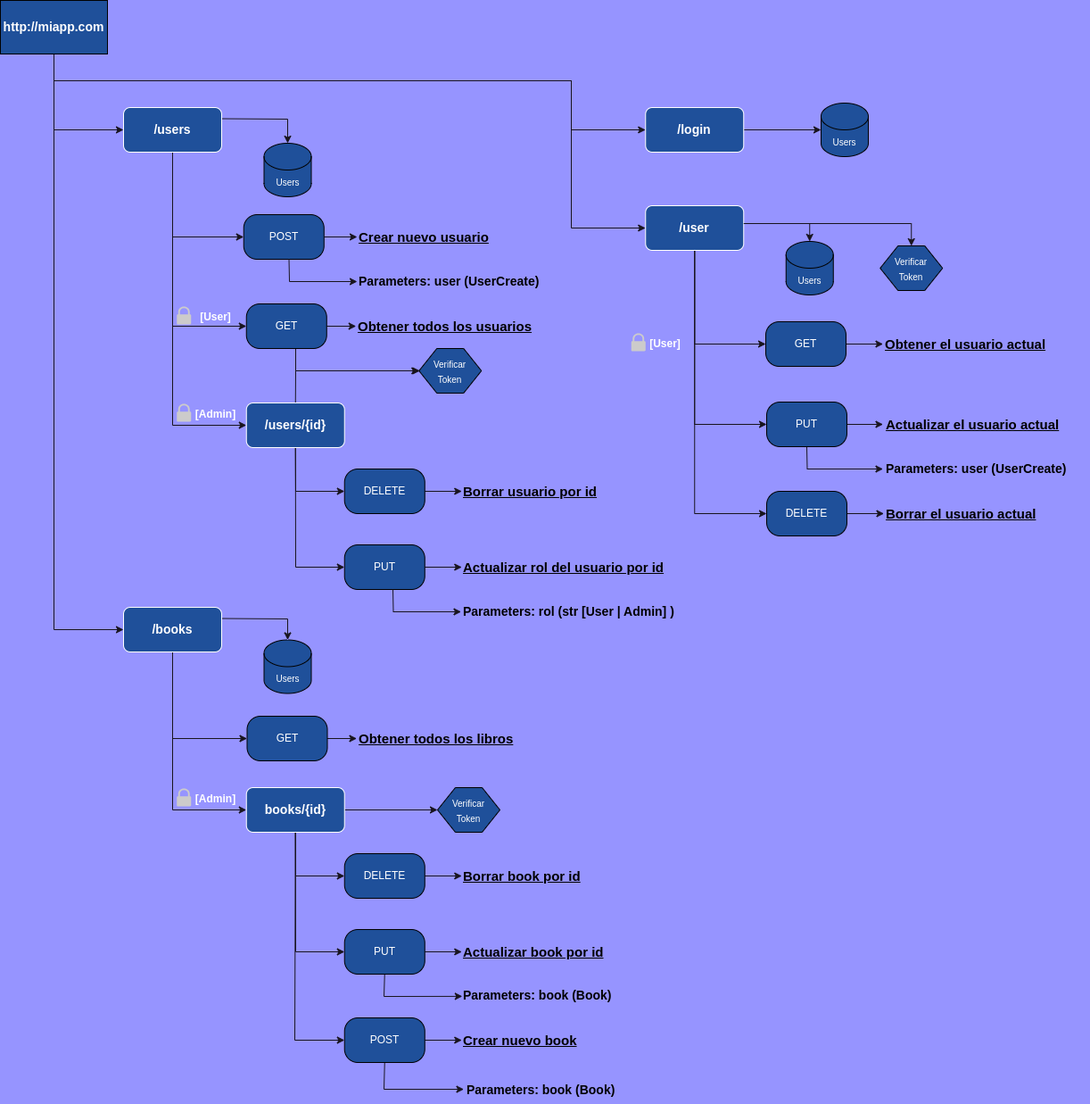
Earlier version of the draw.io export app/diagram.drawio.png (Jav-mol/api_users). Source tidied: cells renumbered, new cells last; positions are measured from the earlier drawing's top-left corner, leaving out a move shared by most shapes.
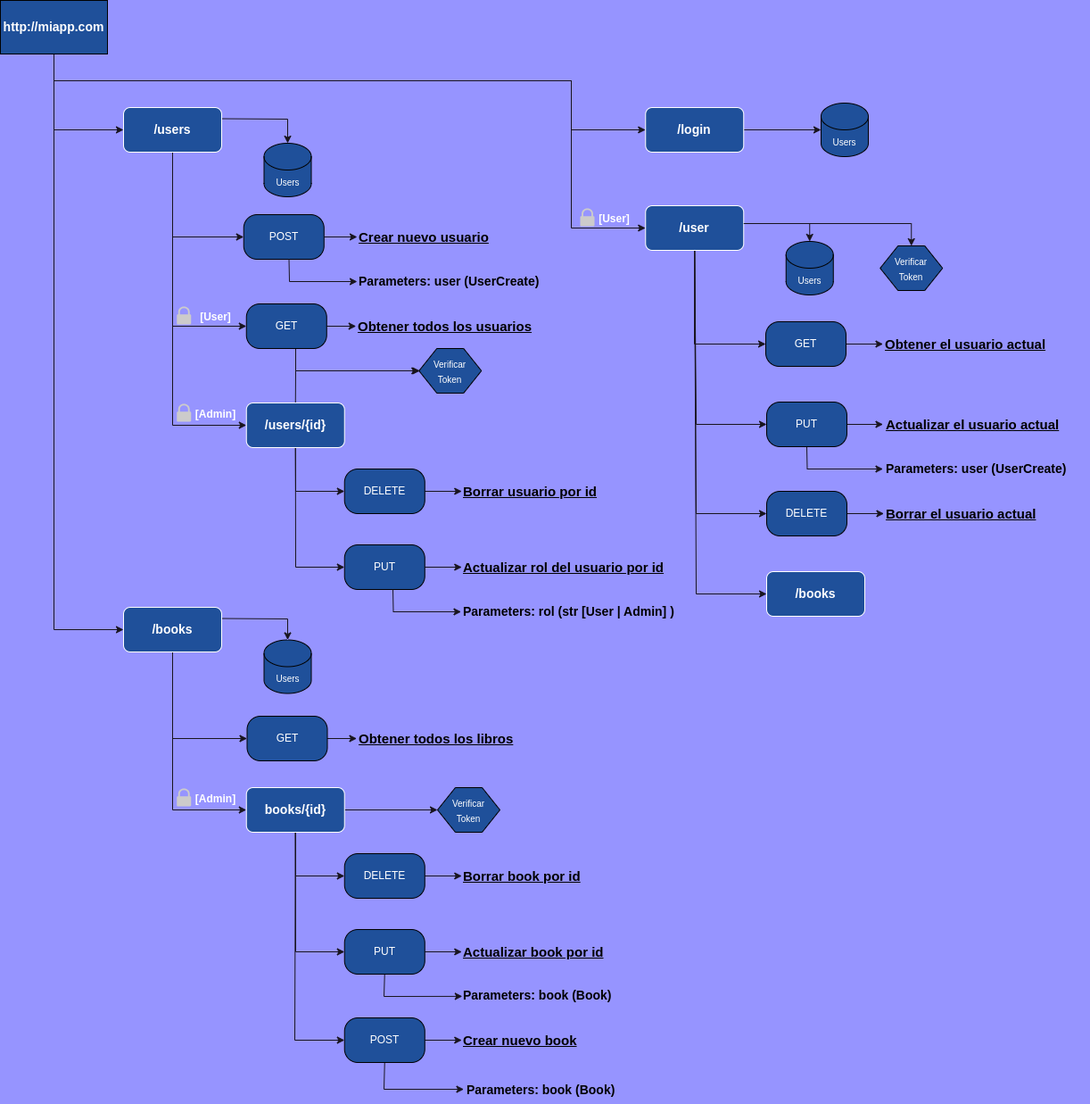
Later version of the same file.

Commit message:
diagram books

Diff of the diagram source:
```diff
@@ -38,10 +38,10 @@
       <mxGeometry width="120" height="60" as="geometry" />
     </mxCell>
     <mxCell id="7" style="sketch=0;shadow=0;dashed=0;html=1;strokeColor=none;labelPosition=center;verticalLabelPosition=bottom;verticalAlign=top;align=center;shape=mxgraph.office.security.lock_protected;fillColor=#CCCBCB;strokeWidth=3;fontSize=12;fontColor=#FFFFFF;" parent="1" vertex="1">
-      <mxGeometry x="707.2" y="373" width="16" height="20" as="geometry" />
+      <mxGeometry x="650" y="233" width="16" height="20" as="geometry" />
     </mxCell>
     <mxCell id="8" value="&lt;b&gt;&lt;font style=&quot;font-size: 12px;&quot;&gt;[User]&lt;/font&gt;&lt;/b&gt;" style="text;html=1;align=center;verticalAlign=middle;strokeColor=none;fillColor=none;fontSize=10;fontColor=#FFFFFF;" parent="1" vertex="1">
-      <mxGeometry x="715.2" y="370" width="60" height="30" as="geometry" />
+      <mxGeometry x="658" y="230" width="60" height="30" as="geometry" />
     </mxCell>
     <mxCell id="9" style="edgeStyle=none;rounded=0;html=1;entryX=0.5;entryY=0;entryDx=0;entryDy=0;entryPerimeter=0;strokeColor=#18141D;fontSize=14;" parent="1" edge="1" target="18">
       <mxGeometry relative="1" as="geometry">
@@ -51,27 +51,34 @@
         </Array>
       </mxGeometry>
     </mxCell>
+    <mxCell id="92" style="edgeStyle=none;rounded=0;html=1;exitX=0.5;exitY=1;exitDx=0;exitDy=0;entryX=0;entryY=0.5;entryDx=0;entryDy=0;strokeColor=#18141D;" parent="1" edge="1" source="13" target="93">
+      <mxGeometry relative="1" as="geometry">
+        <Array as="points">
+          <mxPoint x="780" y="665" />
+        </Array>
+      </mxGeometry>
+    </mxCell>
+    <mxCell id="12" style="edgeStyle=none;rounded=0;html=1;exitX=0.5;exitY=1;exitDx=0;exitDy=0;entryX=0;entryY=0.5;entryDx=0;entryDy=0;strokeColor=#18141D;" parent="1" edge="1" source="13" target="27">
+      <mxGeometry relative="1" as="geometry">
+        <Array as="points">
+          <mxPoint x="780" y="575" />
+        </Array>
+      </mxGeometry>
+    </mxCell>
-    <mxCell id="10" style="edgeStyle=none;rounded=0;html=1;exitX=0.5;exitY=1;exitDx=0;exitDy=0;strokeColor=#18141D;fontSize=14;entryX=0;entryY=0.5;entryDx=0;entryDy=0;" parent="1" edge="1" source="13" target="23">
+    <mxCell id="10" style="edgeStyle=none;rounded=0;html=1;exitX=0.5;exitY=1;exitDx=0;exitDy=0;entryX=0;entryY=0.5;entryDx=0;entryDy=0;strokeColor=#18141D;" parent="1" edge="1" source="13" target="23">
       <mxGeometry relative="1" as="geometry">
         <Array as="points">
-          <mxPoint x="778.2" y="475" />
+          <mxPoint x="780" y="475" />
         </Array>
       </mxGeometry>
     </mxCell>
-    <mxCell id="11" style="edgeStyle=none;rounded=0;html=1;exitX=0.5;exitY=1;exitDx=0;exitDy=0;entryX=0;entryY=0.5;entryDx=0;entryDy=0;strokeColor=#18141D;fontSize=14;" parent="1" edge="1" source="13" target="17">
+    <mxCell id="11" style="edgeStyle=none;rounded=0;html=1;exitX=0.5;exitY=1;exitDx=0;exitDy=0;entryX=0;entryY=0.5;entryDx=0;entryDy=0;strokeColor=#18141D;" parent="1" edge="1" source="13" target="17">
       <mxGeometry relative="1" as="geometry">
         <Array as="points">
-          <mxPoint x="778.2" y="385" />
+          <mxPoint x="778" y="385" />
         </Array>
       </mxGeometry>
     </mxCell>
-    <mxCell id="12" style="edgeStyle=none;rounded=0;html=1;exitX=0.5;exitY=1;exitDx=0;exitDy=0;entryX=0;entryY=0.5;entryDx=0;entryDy=0;strokeColor=#18141D;fontSize=15;" parent="1" edge="1" source="13" target="27">
-      <mxGeometry relative="1" as="geometry">
-        <Array as="points">
-          <mxPoint x="778.2" y="575" />
-        </Array>
-      </mxGeometry>
-    </mxCell>
     <mxCell id="13" value="&lt;font style=&quot;font-size: 14px;&quot;&gt;&lt;b&gt;/user&lt;/b&gt;&lt;/font&gt;" style="rounded=1;whiteSpace=wrap;html=1;strokeColor=#FFFFFF;fillColor=#1F509A;fontColor=#FFFFFF;" parent="1" vertex="1">
       <mxGeometry x="723.2" y="230" width="110" height="50" as="geometry" />
     </mxCell>
@@ -398,5 +405,8 @@
     <mxCell id="91" value="&lt;font style=&quot;font-size: 10px;&quot;&gt;Users&lt;/font&gt;" style="shape=cylinder3;whiteSpace=wrap;html=1;boundedLbl=1;backgroundOutline=1;size=15;strokeWidth=1;fontSize=14;fillColor=#1F509A;fontColor=#FFFFFF;" parent="1" vertex="1">
       <mxGeometry x="920" y="115" width="53" height="60" as="geometry" />
     </mxCell>
+    <mxCell id="93" value="&lt;font style=&quot;font-size: 14px;&quot;&gt;&lt;b&gt;/books&lt;/b&gt;&lt;/font&gt;" style="rounded=1;whiteSpace=wrap;html=1;strokeColor=#FFFFFF;fillColor=#1F509A;fontColor=#FFFFFF;" parent="1" vertex="1">
+      <mxGeometry x="859" y="640" width="110" height="50" as="geometry" />
+    </mxCell>
   </root>
 </mxGraphModel>
```
